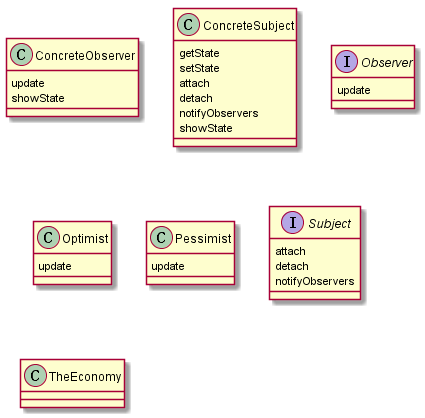
This is test.png from SamJaylnn/UML-Parser, a PlantUML export, as it was before one commit. Source of this version:
```plantuml
@startuml
class ConcreteObserver
ConcreteObserver : update
ConcreteObserver : showState
class ConcreteSubject
ConcreteSubject : getState
ConcreteSubject : setState
ConcreteSubject : attach
ConcreteSubject : detach
ConcreteSubject : notifyObservers
ConcreteSubject : showState
interface Observer
Observer : update
class Optimist
Optimist : update
class Pessimist
Pessimist : update
interface Subject
Subject : attach
Subject : detach
Subject : notifyObservers
class TheEconomy

@enduml
```
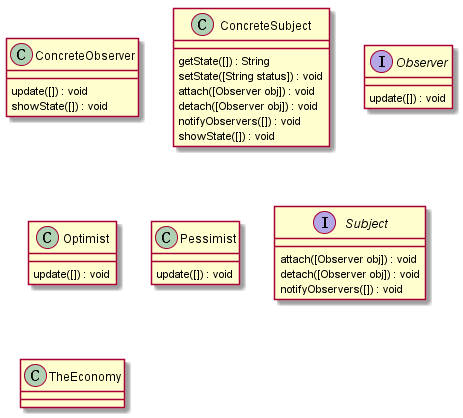
The same diagram one commit later.

The edit, as a diff of the source:
```diff
@@ -1,24 +1,24 @@
 @startuml
 class ConcreteObserver
-ConcreteObserver : update
-ConcreteObserver : showState
+ConcreteObserver : update([]) : void
+ConcreteObserver : showState([]) : void
 class ConcreteSubject
-ConcreteSubject : getState
-ConcreteSubject : setState
-ConcreteSubject : attach
-ConcreteSubject : detach
-ConcreteSubject : notifyObservers
-ConcreteSubject : showState
+ConcreteSubject : getState([]) : String
+ConcreteSubject : setState([String status]) : void
+ConcreteSubject : attach([Observer obj]) : void
+ConcreteSubject : detach([Observer obj]) : void
+ConcreteSubject : notifyObservers([]) : void
+ConcreteSubject : showState([]) : void
 interface Observer
-Observer : update
+Observer : update([]) : void
 class Optimist
-Optimist : update
+Optimist : update([]) : void
 class Pessimist
-Pessimist : update
+Pessimist : update([]) : void
 interface Subject
-Subject : attach
-Subject : detach
-Subject : notifyObservers
+Subject : attach([Observer obj]) : void
+Subject : detach([Observer obj]) : void
+Subject : notifyObservers([]) : void
 class TheEconomy
 
 @enduml
```
